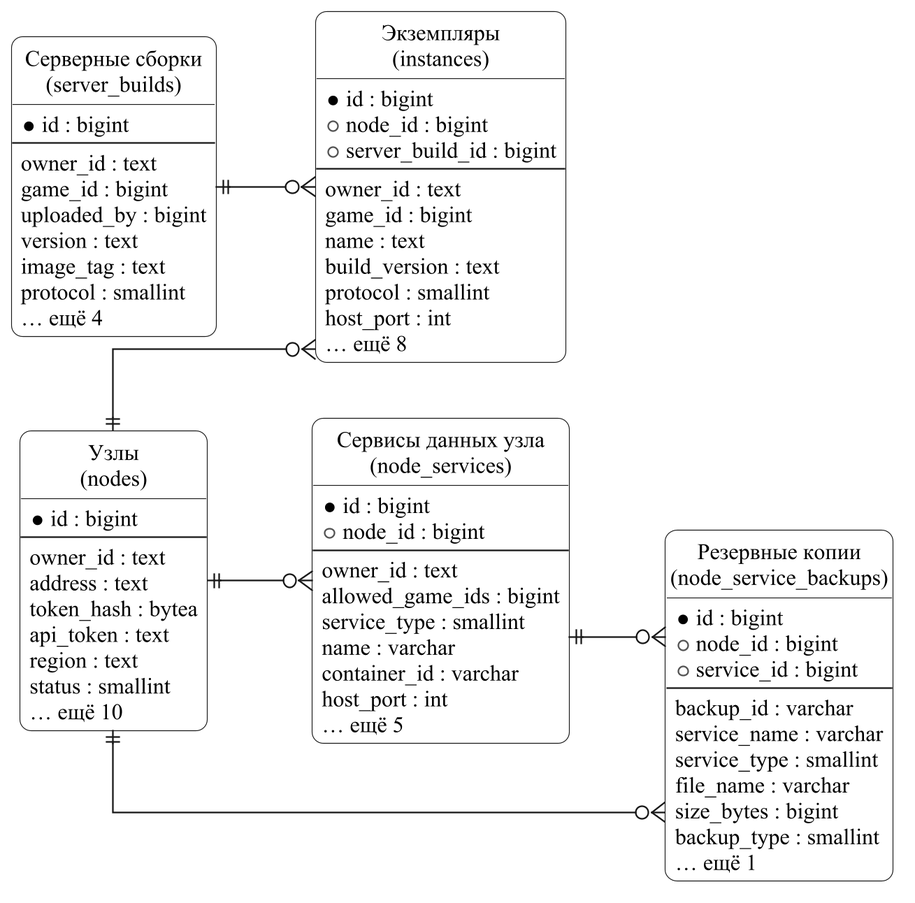
The PlantUML diagram docs/data-model/orchestrator.png in Be4Die/game-developer-hub, before a commit.
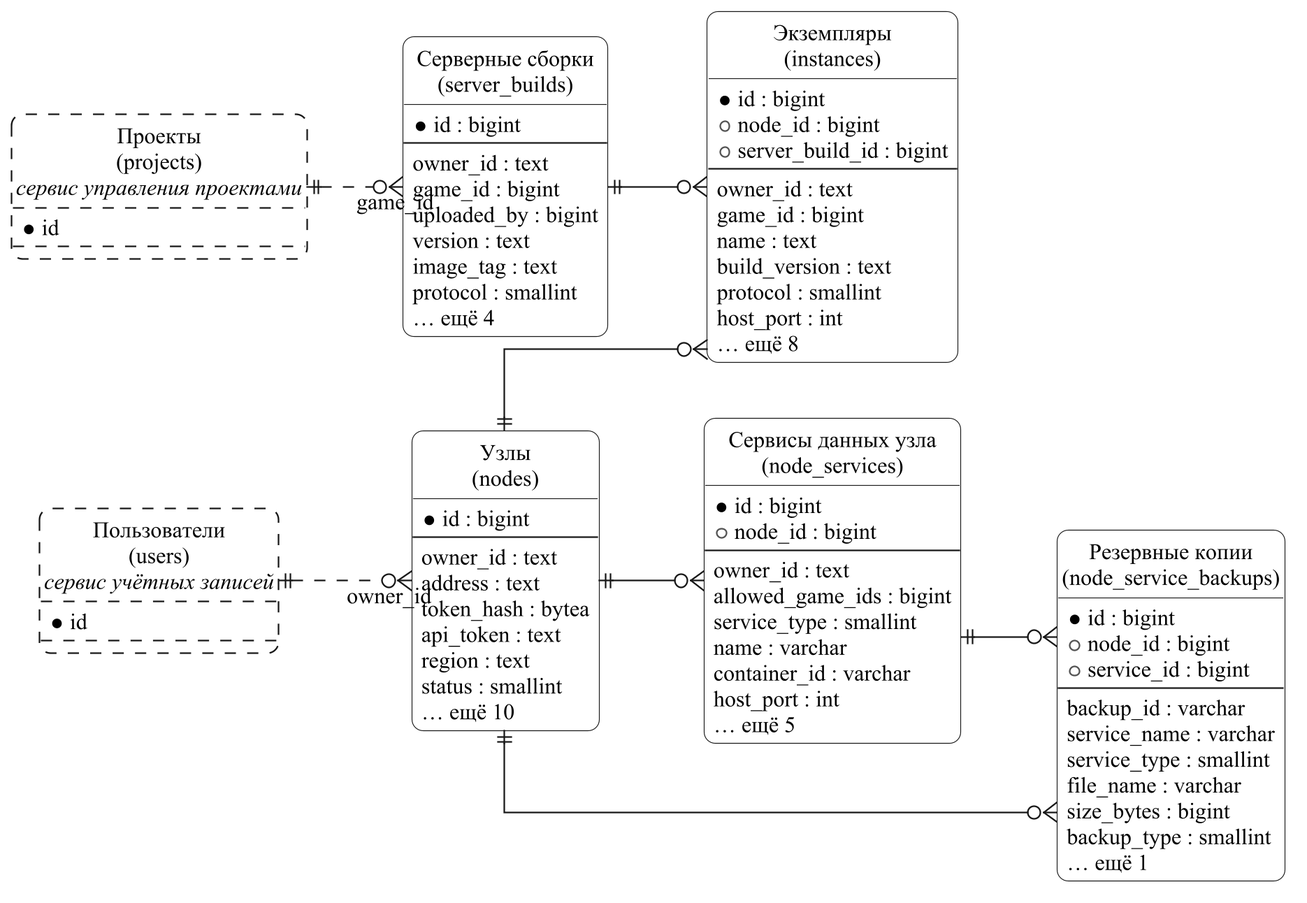
The same diagram one commit later.

The edit, as a diff of the source:
```diff
@@ -69,4 +69,12 @@
 nodes ||--o{ node_services
 nodes ||--o{ node_service_backups
 node_services ||--o{ node_service_backups
+entity "Проекты\n(projects)\n<i>сервис управления проектами</i>" as projects #line.dashed {
+  * id
+}
+entity "Пользователи\n(users)\n<i>сервис учётных записей</i>" as users #line.dashed {
+  * id
+}
+users ||..o{ nodes : owner_id
+projects ||..o{ server_builds : game_id
 @enduml
```
